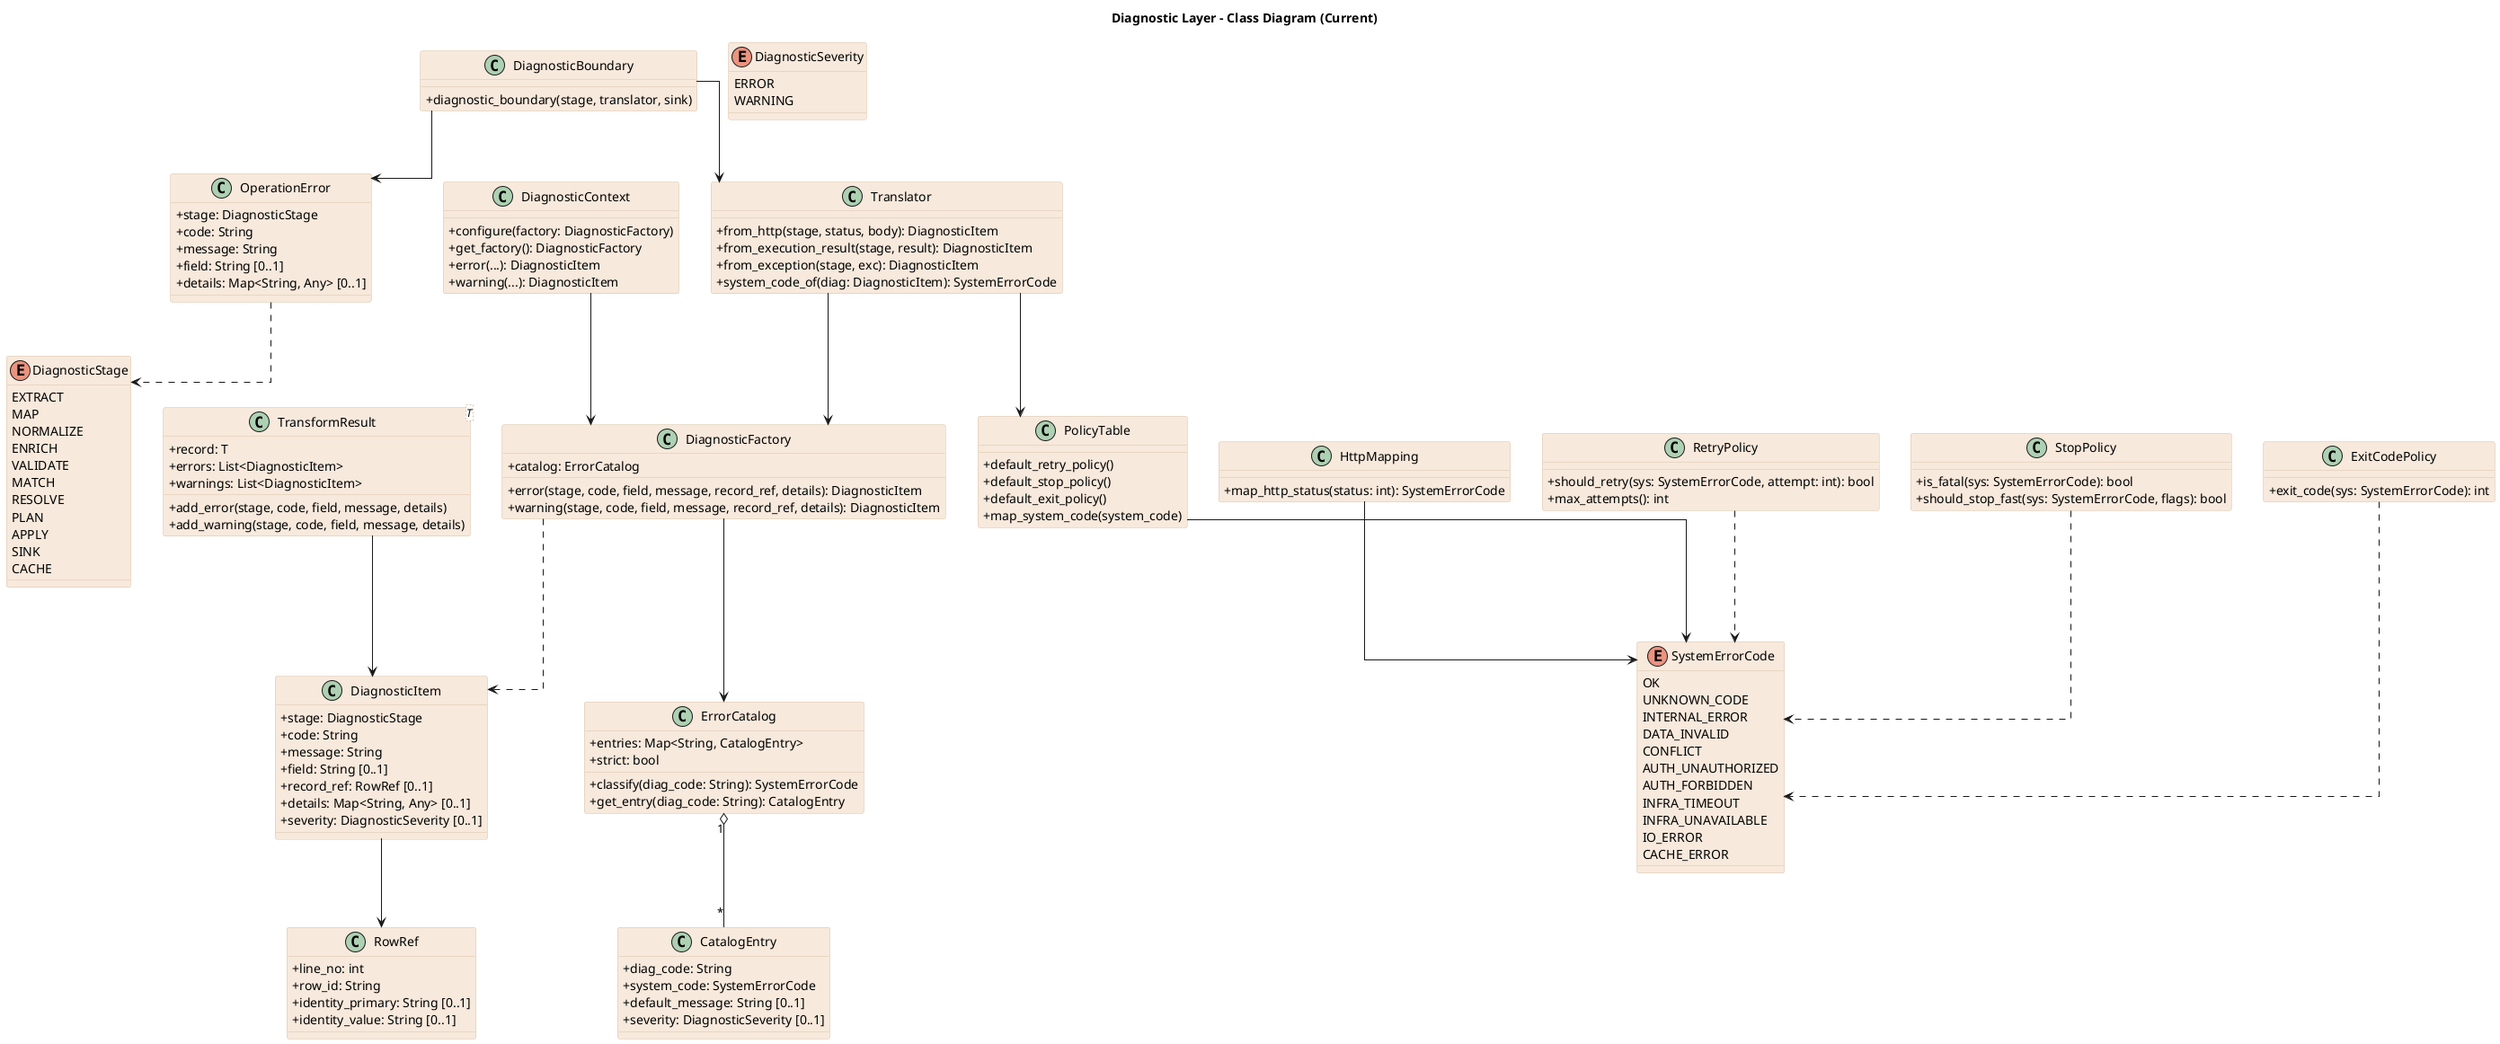
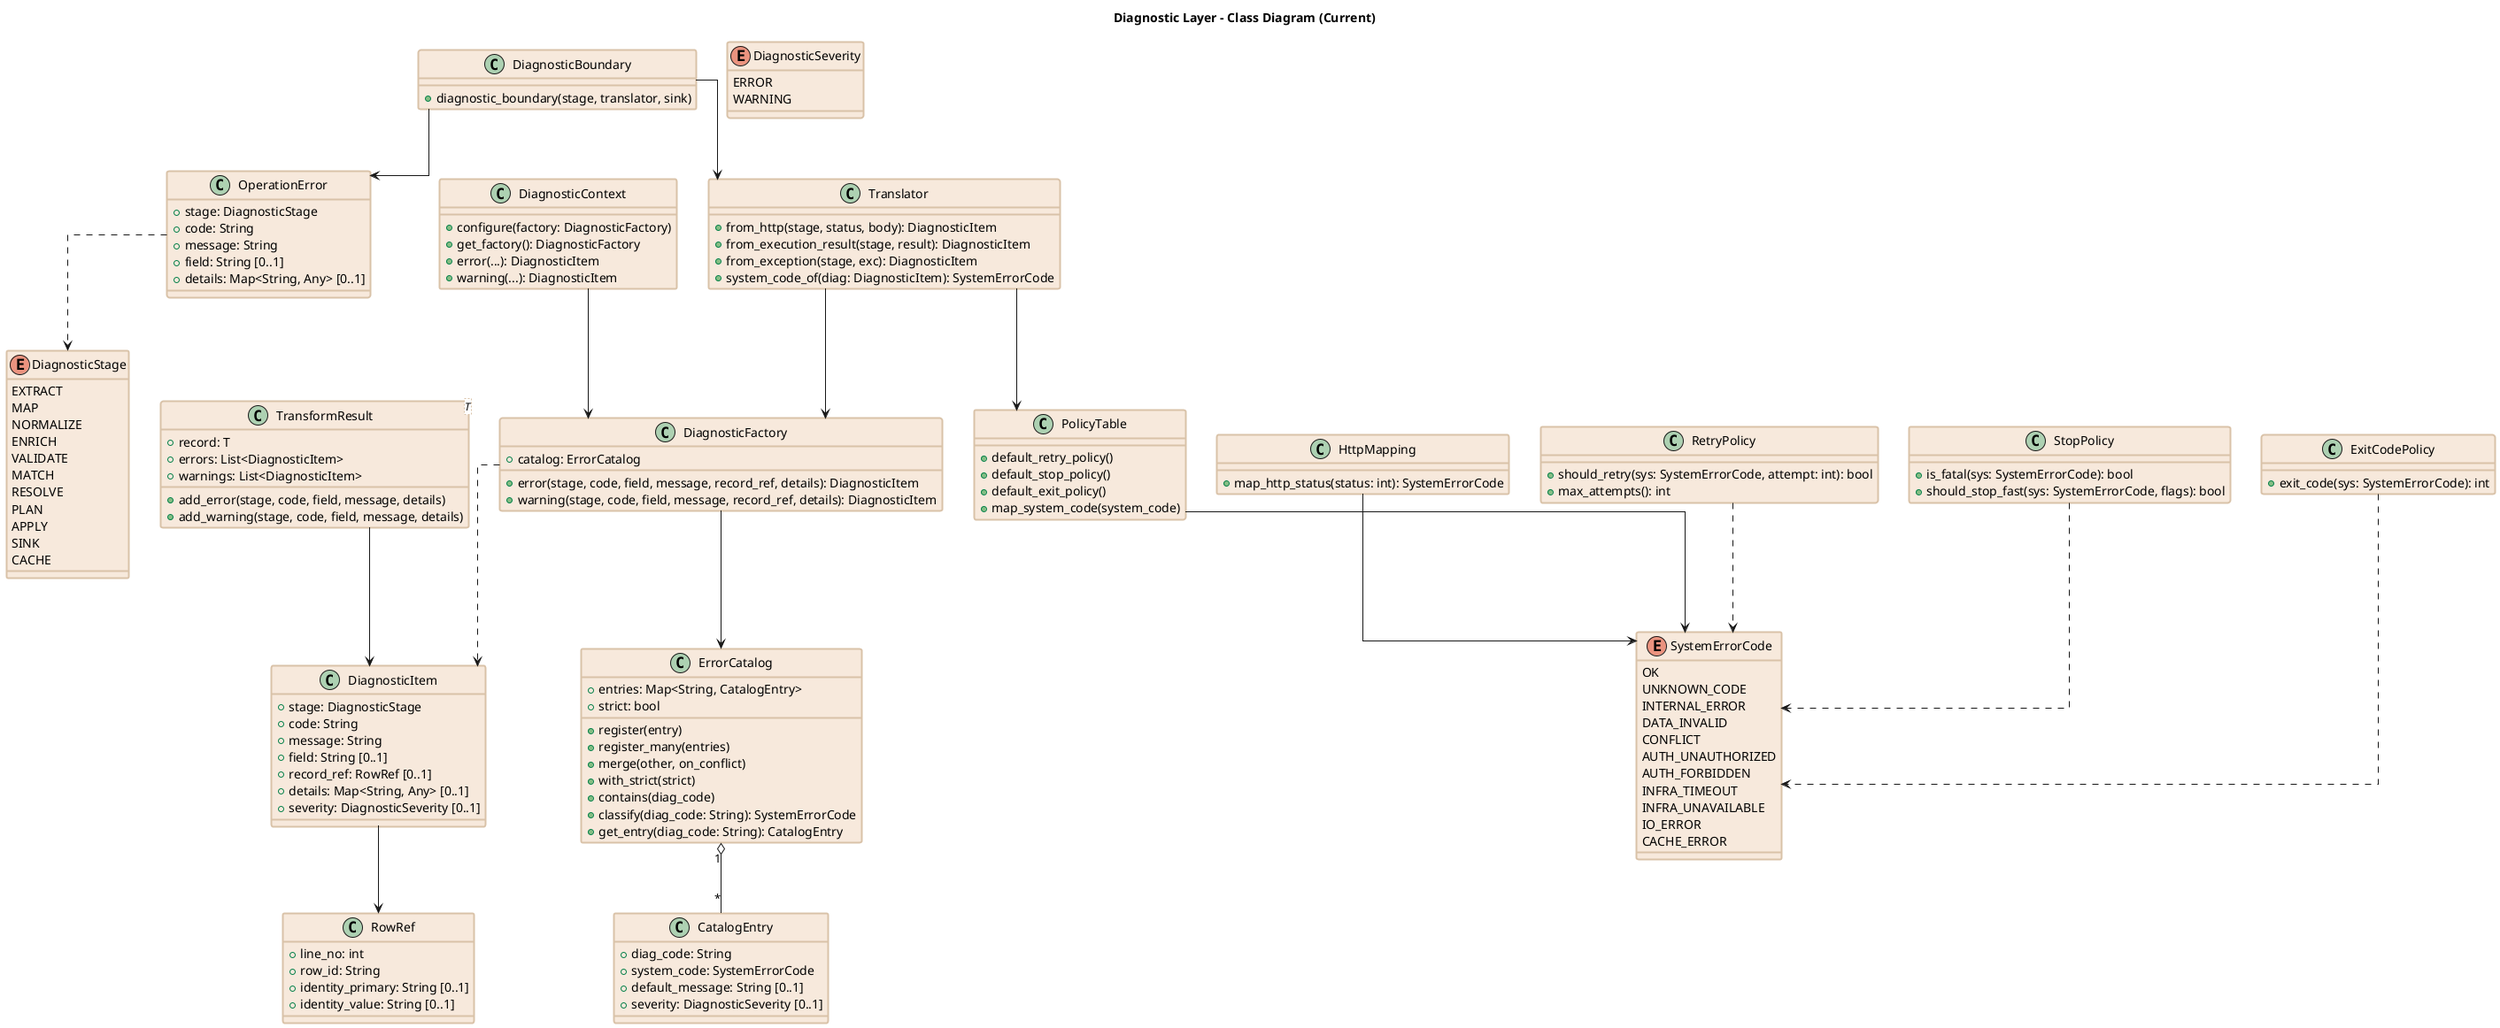
@startuml
title Diagnostic Layer - Class Diagram (Current)
set namespaceSeparator none
- skinparam classAttributeIconSize 0
skinparam backgroundColor white
skinparam linetype ortho
skinparam defaultFontName Arial
+ skinparam classBorderThickness 2
skinparam class {
  BackgroundColor #f7e9dc
  BorderColor #d9c2a8
}

enum DiagnosticStage {
  EXTRACT
  MAP
  NORMALIZE
  ENRICH
  VALIDATE
  MATCH
  RESOLVE
  PLAN
  APPLY
  SINK
  CACHE
}

enum DiagnosticSeverity {
  ERROR
  WARNING
}

enum SystemErrorCode {
  OK
  UNKNOWN_CODE
  INTERNAL_ERROR
  DATA_INVALID
  CONFLICT
  AUTH_UNAUTHORIZED
  AUTH_FORBIDDEN
  INFRA_TIMEOUT
  INFRA_UNAVAILABLE
  IO_ERROR
  CACHE_ERROR
}

class RowRef {
  +line_no: int
  +row_id: String
  +identity_primary: String [0..1]
  +identity_value: String [0..1]
}

class DiagnosticItem {
  +stage: DiagnosticStage
  +code: String
  +message: String
  +field: String [0..1]
  +record_ref: RowRef [0..1]
  +details: Map<String, Any> [0..1]
  +severity: DiagnosticSeverity [0..1]
}

class TransformResult<T> {
  +record: T
  +errors: List<DiagnosticItem>
  +warnings: List<DiagnosticItem>
  +add_error(stage, code, field, message, details)
  +add_warning(stage, code, field, message, details)
}

class CatalogEntry {
  +diag_code: String
  +system_code: SystemErrorCode
  +default_message: String [0..1]
  +severity: DiagnosticSeverity [0..1]
}

class ErrorCatalog {
  +entries: Map<String, CatalogEntry>
  +strict: bool
+   +register(entry)
+   +register_many(entries)
+   +merge(other, on_conflict)
+   +with_strict(strict)
+   +contains(diag_code)
  +classify(diag_code: String): SystemErrorCode
  +get_entry(diag_code: String): CatalogEntry
}

class DiagnosticFactory {
  +catalog: ErrorCatalog
  +error(stage, code, field, message, record_ref, details): DiagnosticItem
  +warning(stage, code, field, message, record_ref, details): DiagnosticItem
}

class DiagnosticContext {
  +configure(factory: DiagnosticFactory)
  +get_factory(): DiagnosticFactory
  +error(...): DiagnosticItem
  +warning(...): DiagnosticItem
}

class DiagnosticBoundary {
  +diagnostic_boundary(stage, translator, sink)
}

class OperationError {
  +stage: DiagnosticStage
  +code: String
  +message: String
  +field: String [0..1]
  +details: Map<String, Any> [0..1]
}

class Translator {
  +from_http(stage, status, body): DiagnosticItem
  +from_execution_result(stage, result): DiagnosticItem
  +from_exception(stage, exc): DiagnosticItem
  +system_code_of(diag: DiagnosticItem): SystemErrorCode
}

class HttpMapping {
  +map_http_status(status: int): SystemErrorCode
}

class RetryPolicy {
  +should_retry(sys: SystemErrorCode, attempt: int): bool
  +max_attempts(): int
}

class StopPolicy {
  +is_fatal(sys: SystemErrorCode): bool
  +should_stop_fast(sys: SystemErrorCode, flags): bool
}

class ExitCodePolicy {
  +exit_code(sys: SystemErrorCode): int
}

class PolicyTable {
  +default_retry_policy()
  +default_stop_policy()
  +default_exit_policy()
  +map_system_code(system_code)
}

ErrorCatalog "1" o-- "*" CatalogEntry
DiagnosticFactory --> ErrorCatalog
DiagnosticFactory ..> DiagnosticItem
Translator --> DiagnosticFactory
Translator --> PolicyTable
PolicyTable --> SystemErrorCode
HttpMapping --> SystemErrorCode
DiagnosticContext --> DiagnosticFactory
DiagnosticBoundary --> Translator
DiagnosticBoundary --> OperationError
TransformResult --> DiagnosticItem
DiagnosticItem --> RowRef
OperationError ..> DiagnosticStage
RetryPolicy ..> SystemErrorCode
StopPolicy ..> SystemErrorCode
ExitCodePolicy ..> SystemErrorCode
@enduml
